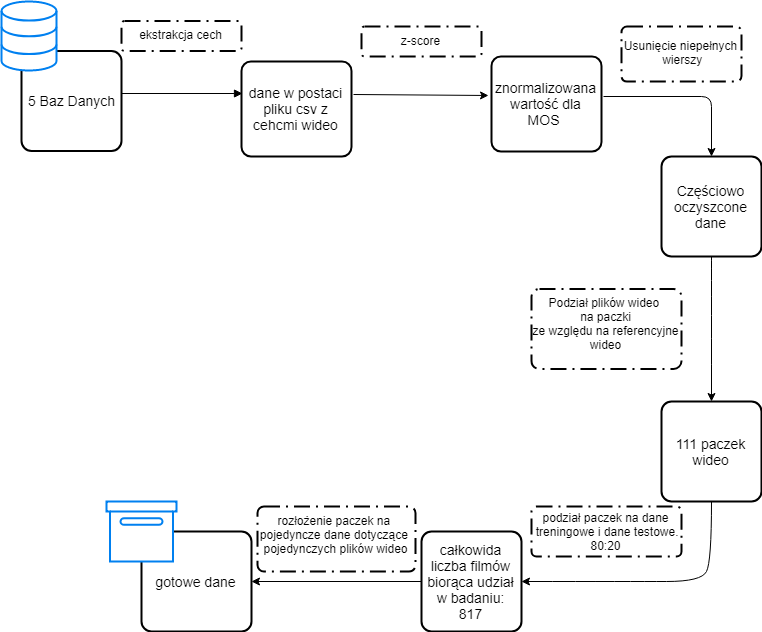
Above: data_preparation_work_flow.png in Alop1/Video_QoE (draw.io), before the change. Source tidied: cells renumbered, new cells last; positions are measured from the earlier drawing's top-left corner, leaving out a move shared by most shapes. Source of this version:
```xml
<mxGraphModel>
  <root>
    <mxCell id="0" />
    <mxCell id="1" parent="0" />
    <mxCell id="2" value="5 Baz Danych&lt;br&gt;" style="strokeWidth=2;rounded=1;arcSize=10;whiteSpace=wrap;html=1;align=center;fontSize=14;" parent="1" vertex="1">
      <mxGeometry x="20" y="49.5" width="100" height="100" as="geometry" />
    </mxCell>
    <mxCell id="3" style="endArrow=block;endFill=1;endSize=6;html=1;entryX=0.009;entryY=0.337;entryDx=0;entryDy=0;entryPerimeter=0;" parent="1" edge="1" target="21">
      <mxGeometry relative="1" as="geometry">
        <mxPoint x="120" y="92" as="sourcePoint" />
      </mxGeometry>
    </mxCell>
    <mxCell id="4" value="z-score" style="rounded=1;arcSize=10;dashed=1;strokeColor=#000000;fillColor=none;gradientColor=none;dashPattern=8 3 1 3;strokeWidth=2;" parent="1" vertex="1">
      <mxGeometry x="360" y="25" width="120" height="30" as="geometry" />
    </mxCell>
    <mxCell id="5" style="html=1;verticalLabelPosition=bottom;align=center;labelBackgroundColor=#ffffff;verticalAlign=top;strokeWidth=2;strokeColor=#0080F0;fillColor=#ffffff;shadow=0;dashed=0;shape=mxgraph.ios7.icons.data;" parent="1" vertex="1">
      <mxGeometry width="55" height="69" as="geometry" />
    </mxCell>
    <mxCell id="6" value="znormalizowana wartość dla MOS&amp;nbsp;&lt;br&gt;" style="strokeWidth=2;rounded=1;arcSize=10;whiteSpace=wrap;html=1;align=center;fontSize=14;" parent="1" vertex="1">
      <mxGeometry x="490" y="55" width="110" height="95" as="geometry" />
    </mxCell>
    <mxCell id="7" style="endArrow=classic;html=1;entryX=0.5;entryY=0;entryDx=0;entryDy=0;" parent="1" edge="1" target="8">
      <mxGeometry relative="1" as="geometry">
        <mxPoint x="602" y="95" as="sourcePoint" />
        <Array as="points">
          <mxPoint x="710" y="95" />
        </Array>
      </mxGeometry>
    </mxCell>
    <mxCell id="8" value="Częściowo oczyszcone dane&lt;br&gt;" style="strokeWidth=2;rounded=1;arcSize=10;whiteSpace=wrap;html=1;align=center;fontSize=14;" parent="1" vertex="1">
      <mxGeometry x="660" y="155" width="100" height="100" as="geometry" />
    </mxCell>
    <mxCell id="9" value="Usunięcie niepełnych&#10; wierszy" style="rounded=1;arcSize=10;dashed=1;strokeColor=#000000;fillColor=none;gradientColor=none;dashPattern=8 3 1 3;strokeWidth=2;" parent="1" vertex="1">
      <mxGeometry x="620" y="25" width="120" height="55" as="geometry" />
    </mxCell>
    <mxCell id="10" style="curved=1;endArrow=classic;html=1;entryX=0.5;entryY=0;entryDx=0;entryDy=0;exitX=0.5;exitY=1;exitDx=0;exitDy=0;" parent="1" edge="1" source="8" target="11">
      <mxGeometry relative="1" as="geometry">
        <Array as="points">
          <mxPoint x="710" y="265" />
        </Array>
      </mxGeometry>
    </mxCell>
    <mxCell id="11" value="111 paczek wideo&lt;br&gt;" style="strokeWidth=2;rounded=1;arcSize=10;whiteSpace=wrap;html=1;align=center;fontSize=14;" parent="1" vertex="1">
      <mxGeometry x="660" y="400" width="100" height="100" as="geometry" />
    </mxCell>
    <mxCell id="12" value="Podział plików wideo &#10;na paczki&#10;ze względu na referencyjne &#10;wideo&#10;" style="rounded=1;arcSize=10;dashed=1;strokeColor=#000000;fillColor=none;gradientColor=none;dashPattern=8 3 1 3;strokeWidth=2;spacing=0;verticalAlign=bottom;" parent="1" vertex="1">
      <mxGeometry x="530" y="287.5" width="150" height="80" as="geometry" />
    </mxCell>
    <mxCell id="13" value="całkowida liczba filmów biorąca udział w badaniu:&lt;br&gt;817&lt;br&gt;" style="strokeWidth=2;rounded=1;arcSize=10;whiteSpace=wrap;html=1;align=center;fontSize=14;" parent="1" vertex="1">
      <mxGeometry x="420" y="530" width="100" height="100" as="geometry" />
    </mxCell>
    <mxCell id="14" style="endArrow=classic;html=1;curved=1;exitX=0.5;exitY=1;exitDx=0;exitDy=0;entryX=1;entryY=0.5;entryDx=0;entryDy=0;" parent="1" edge="1" source="11" target="13">
      <mxGeometry relative="1" as="geometry">
        <Array as="points">
          <mxPoint x="710" y="560" />
          <mxPoint x="700" y="580" />
          <mxPoint x="630" y="580" />
        </Array>
      </mxGeometry>
    </mxCell>
    <mxCell id="15" value="podział paczek na dane&#10; treningowe i dane testowe.&#10;80:20" style="rounded=1;arcSize=10;dashed=1;strokeColor=#000000;fillColor=#ffffff;gradientColor=none;dashPattern=8 3 1 3;strokeWidth=2;verticalAlign=bottom;spacing=0;horizontal=1;" parent="1" vertex="1">
      <mxGeometry x="530" y="505" width="150" height="50" as="geometry" />
    </mxCell>
    <mxCell id="16" style="endArrow=classic;html=1;exitX=0;exitY=0.5;exitDx=0;exitDy=0;entryX=1;entryY=0.5;entryDx=0;entryDy=0;" parent="1" edge="1" source="13" target="17">
      <mxGeometry relative="1" as="geometry" />
    </mxCell>
    <mxCell id="17" value="gotowe dane&lt;br&gt;" style="strokeWidth=2;rounded=1;arcSize=10;whiteSpace=wrap;html=1;align=center;fontSize=14;" parent="1" vertex="1">
      <mxGeometry x="140" y="530" width="110" height="100" as="geometry" />
    </mxCell>
    <mxCell id="18" style="html=1;verticalLabelPosition=bottom;align=center;labelBackgroundColor=#ffffff;verticalAlign=top;strokeWidth=2;strokeColor=#0080F0;fillColor=#ffffff;shadow=0;dashed=0;shape=mxgraph.ios7.icons.box;" parent="1" vertex="1">
      <mxGeometry x="105" y="500" width="70" height="60" as="geometry" />
    </mxCell>
    <mxCell id="19" value="rozłożenie paczek na &#10;pojedyncze dane dotyczące &#10;pojedynczych plików wideo&#10;" style="rounded=1;arcSize=10;dashed=1;strokeColor=#000000;fillColor=none;gradientColor=none;dashPattern=8 3 1 3;strokeWidth=2;verticalAlign=top;" parent="1" vertex="1">
      <mxGeometry x="256" y="505" width="158" height="65" as="geometry" />
    </mxCell>
    <mxCell id="20" value="ekstrakcja cech" style="rounded=1;arcSize=10;dashed=1;strokeColor=#000000;fillColor=none;gradientColor=none;dashPattern=8 3 1 3;strokeWidth=2;" parent="1" vertex="1">
      <mxGeometry x="120" y="19.5" width="120" height="30" as="geometry" />
    </mxCell>
    <mxCell id="21" value="dane w postaci pliku csv z cehcmi wideo&lt;br&gt;" style="strokeWidth=2;rounded=1;arcSize=10;whiteSpace=wrap;html=1;align=center;fontSize=14;" parent="1" vertex="1">
      <mxGeometry x="240" y="60" width="110" height="95" as="geometry" />
    </mxCell>
    <mxCell id="22" style="endArrow=classic;html=1;exitX=1.018;exitY=0.347;exitDx=0;exitDy=0;exitPerimeter=0;entryX=-0.027;entryY=0.411;entryDx=0;entryDy=0;entryPerimeter=0;" parent="1" edge="1" source="21" target="6">
      <mxGeometry relative="1" as="geometry" />
    </mxCell>
  </root>
</mxGraphModel>
```
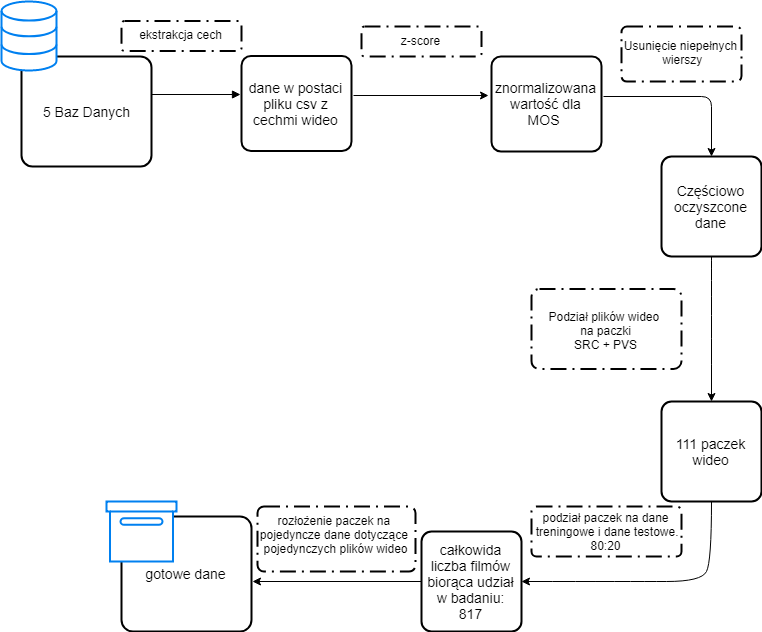
The same file after the commit.

Diff of the diagram source:
```diff
@@ -3,11 +3,11 @@
     <mxCell id="0" />
     <mxCell id="1" parent="0" />
     <mxCell id="2" value="5 Baz Danych&lt;br&gt;" style="strokeWidth=2;rounded=1;arcSize=10;whiteSpace=wrap;html=1;align=center;fontSize=14;" parent="1" vertex="1">
-      <mxGeometry x="20" y="49.5" width="100" height="100" as="geometry" />
+      <mxGeometry x="20" y="55" width="130" height="110" as="geometry" />
     </mxCell>
-    <mxCell id="3" style="endArrow=block;endFill=1;endSize=6;html=1;entryX=0.009;entryY=0.337;entryDx=0;entryDy=0;entryPerimeter=0;" parent="1" edge="1" target="21">
+    <mxCell id="3" style="endArrow=block;endFill=1;endSize=6;html=1;entryX=-0.009;entryY=0.405;entryDx=0;entryDy=0;entryPerimeter=0;" parent="1" edge="1" target="21">
       <mxGeometry relative="1" as="geometry">
-        <mxPoint x="120" y="92" as="sourcePoint" />
+        <mxPoint x="150" y="93" as="sourcePoint" />
       </mxGeometry>
     </mxCell>
     <mxCell id="4" value="z-score" style="rounded=1;arcSize=10;dashed=1;strokeColor=#000000;fillColor=none;gradientColor=none;dashPattern=8 3 1 3;strokeWidth=2;" parent="1" vertex="1">
@@ -43,7 +43,7 @@
     <mxCell id="11" value="111 paczek wideo&lt;br&gt;" style="strokeWidth=2;rounded=1;arcSize=10;whiteSpace=wrap;html=1;align=center;fontSize=14;" parent="1" vertex="1">
       <mxGeometry x="660" y="400" width="100" height="100" as="geometry" />
     </mxCell>
-    <mxCell id="12" value="Podział plików wideo &#10;na paczki&#10;ze względu na referencyjne &#10;wideo&#10;" style="rounded=1;arcSize=10;dashed=1;strokeColor=#000000;fillColor=none;gradientColor=none;dashPattern=8 3 1 3;strokeWidth=2;spacing=0;verticalAlign=bottom;" parent="1" vertex="1">
+    <mxCell id="12" value="Podział plików wideo &#10;na paczki&#10;SRC + PVS&#10;" style="rounded=1;arcSize=10;dashed=1;strokeColor=#000000;fillColor=none;gradientColor=none;dashPattern=8 3 1 3;strokeWidth=2;spacing=0;verticalAlign=bottom;" parent="1" vertex="1">
       <mxGeometry x="530" y="287.5" width="150" height="80" as="geometry" />
     </mxCell>
     <mxCell id="13" value="całkowida liczba filmów biorąca udział w badaniu:&lt;br&gt;817&lt;br&gt;" style="strokeWidth=2;rounded=1;arcSize=10;whiteSpace=wrap;html=1;align=center;fontSize=14;" parent="1" vertex="1">
@@ -61,11 +61,13 @@
     <mxCell id="15" value="podział paczek na dane&#10; treningowe i dane testowe.&#10;80:20" style="rounded=1;arcSize=10;dashed=1;strokeColor=#000000;fillColor=#ffffff;gradientColor=none;dashPattern=8 3 1 3;strokeWidth=2;verticalAlign=bottom;spacing=0;horizontal=1;" parent="1" vertex="1">
       <mxGeometry x="530" y="505" width="150" height="50" as="geometry" />
     </mxCell>
-    <mxCell id="16" style="endArrow=classic;html=1;exitX=0;exitY=0.5;exitDx=0;exitDy=0;entryX=1;entryY=0.5;entryDx=0;entryDy=0;" parent="1" edge="1" source="13" target="17">
-      <mxGeometry relative="1" as="geometry" />
+    <mxCell id="16" style="endArrow=classic;html=1;exitX=0;exitY=0.5;exitDx=0;exitDy=0;" parent="1" edge="1" source="13">
+      <mxGeometry relative="1" as="geometry">
+        <mxPoint x="251" y="580" as="targetPoint" />
+      </mxGeometry>
     </mxCell>
     <mxCell id="17" value="gotowe dane&lt;br&gt;" style="strokeWidth=2;rounded=1;arcSize=10;whiteSpace=wrap;html=1;align=center;fontSize=14;" parent="1" vertex="1">
-      <mxGeometry x="140" y="530" width="110" height="100" as="geometry" />
+      <mxGeometry x="120" y="515" width="130" height="115" as="geometry" />
     </mxCell>
     <mxCell id="18" style="html=1;verticalLabelPosition=bottom;align=center;labelBackgroundColor=#ffffff;verticalAlign=top;strokeWidth=2;strokeColor=#0080F0;fillColor=#ffffff;shadow=0;dashed=0;shape=mxgraph.ios7.icons.box;" parent="1" vertex="1">
       <mxGeometry x="105" y="500" width="70" height="60" as="geometry" />
@@ -76,11 +78,13 @@
     <mxCell id="20" value="ekstrakcja cech" style="rounded=1;arcSize=10;dashed=1;strokeColor=#000000;fillColor=none;gradientColor=none;dashPattern=8 3 1 3;strokeWidth=2;" parent="1" vertex="1">
       <mxGeometry x="120" y="19.5" width="120" height="30" as="geometry" />
     </mxCell>
-    <mxCell id="21" value="dane w postaci pliku csv z cehcmi wideo&lt;br&gt;" style="strokeWidth=2;rounded=1;arcSize=10;whiteSpace=wrap;html=1;align=center;fontSize=14;" parent="1" vertex="1">
-      <mxGeometry x="240" y="60" width="110" height="95" as="geometry" />
+    <mxCell id="21" value="dane w postaci pliku csv z cechmi wideo&lt;br&gt;" style="strokeWidth=2;rounded=1;arcSize=10;whiteSpace=wrap;html=1;align=center;fontSize=14;" parent="1" vertex="1">
+      <mxGeometry x="240" y="54.5" width="110" height="95" as="geometry" />
     </mxCell>
-    <mxCell id="22" style="endArrow=classic;html=1;exitX=1.018;exitY=0.347;exitDx=0;exitDy=0;exitPerimeter=0;entryX=-0.027;entryY=0.411;entryDx=0;entryDy=0;entryPerimeter=0;" parent="1" edge="1" source="21" target="6">
-      <mxGeometry relative="1" as="geometry" />
+    <mxCell id="22" style="endArrow=classic;html=1;entryX=-0.027;entryY=0.411;entryDx=0;entryDy=0;entryPerimeter=0;" parent="1" edge="1" target="6">
+      <mxGeometry relative="1" as="geometry">
+        <mxPoint x="352" y="94" as="sourcePoint" />
+      </mxGeometry>
     </mxCell>
   </root>
 </mxGraphModel>
```
